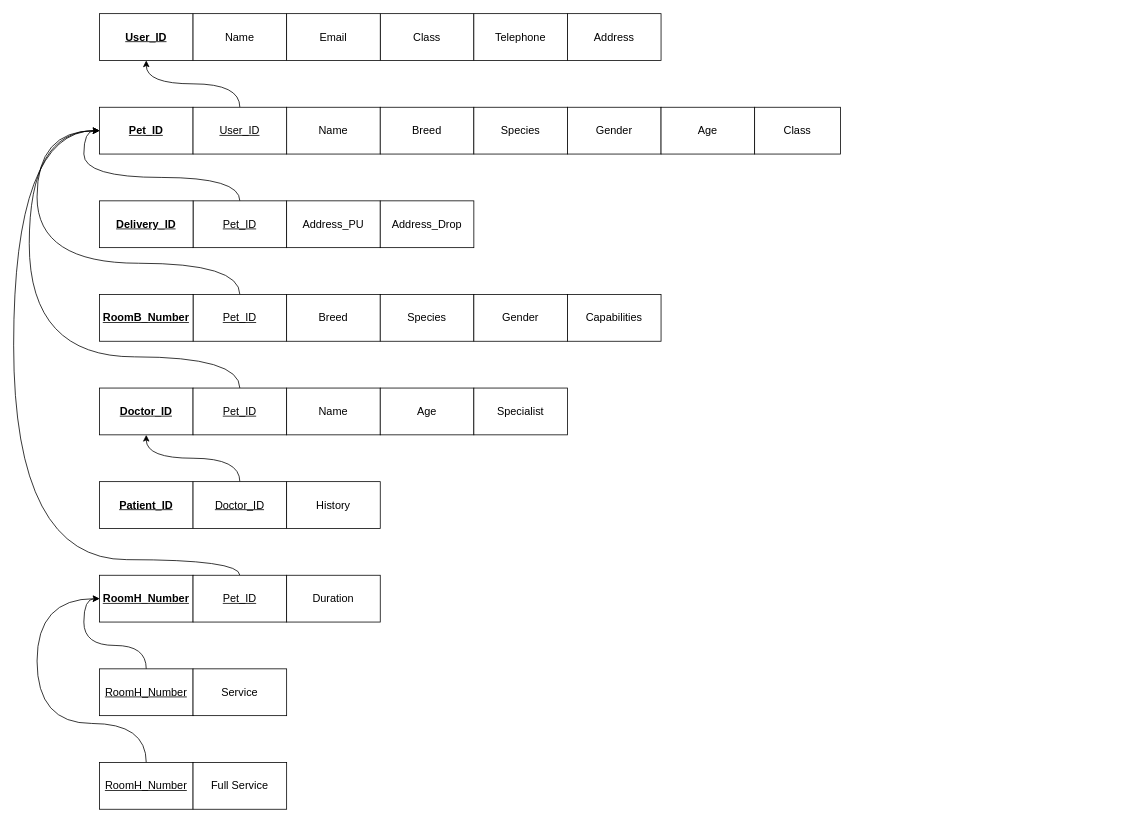
jedifathan/BasdatProject keeps this draw.io diagram as page "Page-2" (2 of 2) of Untitled Diagram.drawio. Above is the earlier version. Source tidied: cells renumbered, new cells numbered last; positions are measured from the earlier drawing's top-left corner, leaving out a move shared by most shapes. Both pictures are drawn from the tidied source at 78%, with x=0, y=0 at pixel (13, 13).
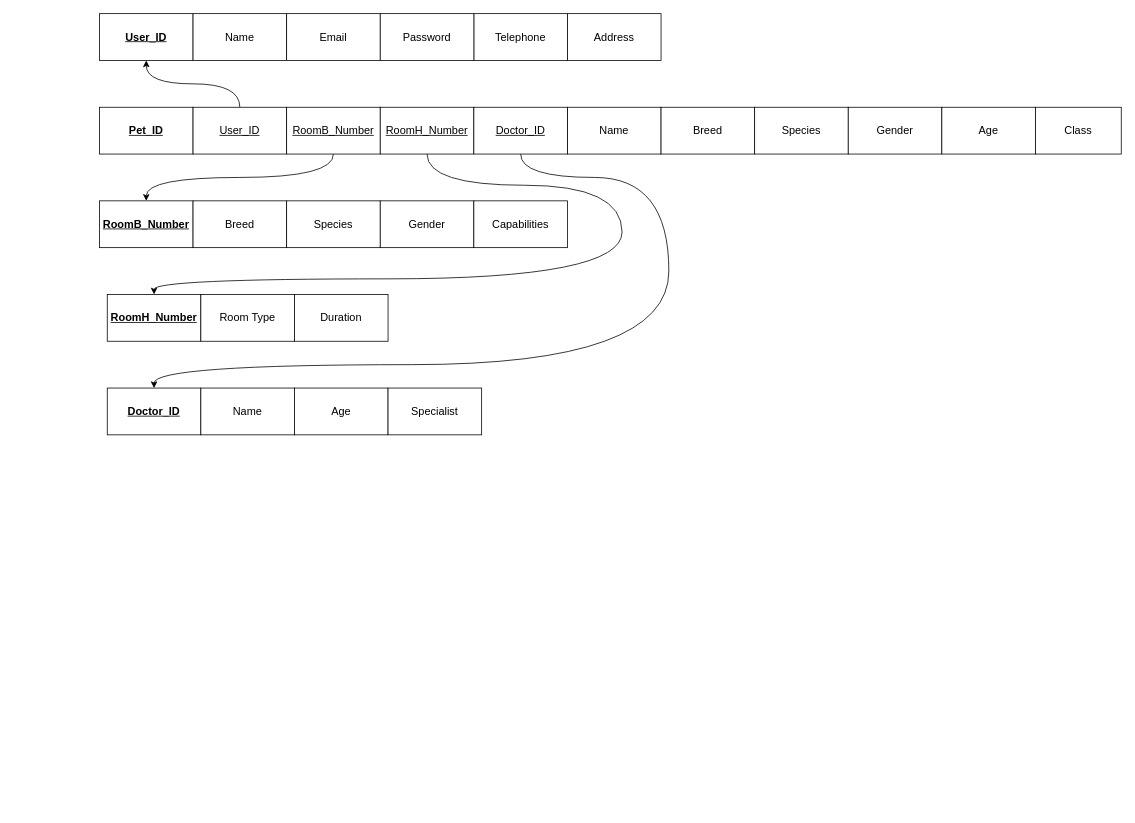
After the change.

The change refers to these unchanged cells:
```xml
<mxCell id="2" value="&lt;u&gt;&lt;b&gt;&lt;font style=&quot;font-size: 14px&quot;&gt;User_ID&lt;/font&gt;&lt;/b&gt;&lt;/u&gt;" style="rounded=0;whiteSpace=wrap;html=1;" parent="1" vertex="1">
  <mxGeometry x="110" width="120" height="60" as="geometry" />
</mxCell>
<mxCell id="8" value="&lt;u&gt;&lt;b&gt;&lt;font style=&quot;font-size: 14px&quot;&gt;Pet_ID&lt;/font&gt;&lt;/b&gt;&lt;/u&gt;" style="rounded=0;whiteSpace=wrap;html=1;" parent="1" vertex="1">
  <mxGeometry x="110" y="120" width="120" height="60" as="geometry" />
</mxCell>
```

The edit, as a diff of the source:
```diff
@@
-    <mxCell id="4" value="&lt;font style=&quot;font-size: 14px&quot;&gt;Class&lt;/font&gt;" style="rounded=0;whiteSpace=wrap;html=1;" parent="1" vertex="1">
-      <mxGeometry x="470" width="120" height="60" as="geometry" />
-    </mxCell>
@@
-    <mxCell id="9" value="&lt;font style=&quot;font-size: 14px&quot;&gt;Name&lt;/font&gt;" style="rounded=0;whiteSpace=wrap;html=1;" parent="1" vertex="1">
-      <mxGeometry x="350" y="120" width="120" height="60" as="geometry" />
-    </mxCell>
-    <mxCell id="10" value="&lt;font style=&quot;font-size: 14px&quot;&gt;Breed&lt;/font&gt;" style="rounded=0;whiteSpace=wrap;html=1;" parent="1" vertex="1">
-      <mxGeometry x="470" y="120" width="120" height="60" as="geometry" />
-    </mxCell>
-    <mxCell id="11" value="&lt;font style=&quot;font-size: 14px&quot;&gt;Species&lt;/font&gt;" style="rounded=0;whiteSpace=wrap;html=1;" parent="1" vertex="1">
-      <mxGeometry x="590" y="120" width="120" height="60" as="geometry" />
-    </mxCell>
-    <mxCell id="12" value="&lt;font style=&quot;font-size: 14px&quot;&gt;Gender&lt;/font&gt;" style="rounded=0;whiteSpace=wrap;html=1;" parent="1" vertex="1">
-      <mxGeometry x="710" y="120" width="120" height="60" as="geometry" />
-    </mxCell>
-    <mxCell id="13" value="&lt;span style=&quot;font-size: 14px&quot;&gt;Age&lt;/span&gt;" style="rounded=0;whiteSpace=wrap;html=1;" parent="1" vertex="1">
-      <mxGeometry x="830" y="120" width="120" height="60" as="geometry" />
-    </mxCell>
-    <mxCell id="14" value="&lt;font style=&quot;font-size: 14px&quot;&gt;Class&lt;/font&gt;" style="rounded=0;whiteSpace=wrap;html=1;" parent="1" vertex="1">
-      <mxGeometry x="950" y="120" width="110" height="60" as="geometry" />
-    </mxCell>
-    <mxCell id="15" style="edgeStyle=orthogonalEdgeStyle;rounded=0;jettySize=auto;html=1;exitX=0.5;exitY=0;exitDx=0;exitDy=0;entryX=0;entryY=0.5;entryDx=0;entryDy=0;curved=1;" parent="1" edge="1" source="16" target="8">
-      <mxGeometry relative="1" as="geometry" />
-    </mxCell>
-    <mxCell id="16" value="&lt;u&gt;&lt;font style=&quot;font-size: 14px&quot;&gt;Pet_ID&lt;/font&gt;&lt;/u&gt;" style="rounded=0;whiteSpace=wrap;html=1;" parent="1" vertex="1">
-      <mxGeometry x="230" y="240" width="120" height="60" as="geometry" />
-    </mxCell>
-    <mxCell id="17" value="&lt;u&gt;&lt;b&gt;&lt;font style=&quot;font-size: 14px&quot;&gt;Delivery_ID&lt;/font&gt;&lt;/b&gt;&lt;/u&gt;" style="rounded=0;whiteSpace=wrap;html=1;" parent="1" vertex="1">
-      <mxGeometry x="110" y="240" width="120" height="60" as="geometry" />
-    </mxCell>
-    <mxCell id="18" value="&lt;font style=&quot;font-size: 14px&quot;&gt;Address_PU&lt;/font&gt;" style="rounded=0;whiteSpace=wrap;html=1;" parent="1" vertex="1">
-      <mxGeometry x="350" y="240" width="120" height="60" as="geometry" />
-    </mxCell>
-    <mxCell id="19" value="&lt;font style=&quot;font-size: 14px&quot;&gt;Address_Drop&lt;/font&gt;" style="rounded=0;whiteSpace=wrap;html=1;" parent="1" vertex="1">
-      <mxGeometry x="470" y="240" width="120" height="60" as="geometry" />
-    </mxCell>
-    <mxCell id="20" style="edgeStyle=orthogonalEdgeStyle;rounded=0;jettySize=auto;html=1;exitX=0.5;exitY=0;exitDx=0;exitDy=0;entryX=0;entryY=0.5;entryDx=0;entryDy=0;curved=1;" parent="1" edge="1" source="21" target="8">
-      <mxGeometry relative="1" as="geometry">
-        <Array as="points">
-          <mxPoint x="290" y="320" />
-          <mxPoint x="30" y="320" />
-          <mxPoint x="30" y="150" />
-        </Array>
-      </mxGeometry>
-    </mxCell>
-    <mxCell id="21" value="&lt;u&gt;&lt;font style=&quot;font-size: 14px&quot;&gt;Pet_ID&lt;/font&gt;&lt;/u&gt;" style="rounded=0;whiteSpace=wrap;html=1;" parent="1" vertex="1">
-      <mxGeometry x="230" y="360" width="120" height="60" as="geometry" />
-    </mxCell>
+    <mxCell id="49" value="&lt;font style=&quot;font-size: 14px&quot;&gt;Name&lt;/font&gt;" style="rounded=0;whiteSpace=wrap;html=1;" parent="1" vertex="1">
+      <mxGeometry x="710" y="120" width="120" height="60" as="geometry" />
+    </mxCell>
+    <mxCell id="50" value="&lt;font style=&quot;font-size: 14px&quot;&gt;Breed&lt;/font&gt;" style="rounded=0;whiteSpace=wrap;html=1;" parent="1" vertex="1">
+      <mxGeometry x="830" y="120" width="120" height="60" as="geometry" />
+    </mxCell>
+    <mxCell id="51" value="&lt;font style=&quot;font-size: 14px&quot;&gt;Species&lt;/font&gt;" style="rounded=0;whiteSpace=wrap;html=1;" parent="1" vertex="1">
+      <mxGeometry x="950" y="120" width="120" height="60" as="geometry" />
+    </mxCell>
+    <mxCell id="52" value="&lt;font style=&quot;font-size: 14px&quot;&gt;Gender&lt;/font&gt;" style="rounded=0;whiteSpace=wrap;html=1;" parent="1" vertex="1">
+      <mxGeometry x="1070" y="120" width="120" height="60" as="geometry" />
+    </mxCell>
+    <mxCell id="53" value="&lt;span style=&quot;font-size: 14px&quot;&gt;Age&lt;/span&gt;" style="rounded=0;whiteSpace=wrap;html=1;" parent="1" vertex="1">
+      <mxGeometry x="1190" y="120" width="120" height="60" as="geometry" />
+    </mxCell>
+    <mxCell id="54" value="&lt;font style=&quot;font-size: 14px&quot;&gt;Class&lt;/font&gt;" style="rounded=0;whiteSpace=wrap;html=1;" parent="1" vertex="1">
+      <mxGeometry x="1310" y="120" width="110" height="60" as="geometry" />
+    </mxCell>
     <mxCell id="22" value="&lt;u&gt;&lt;b&gt;&lt;font style=&quot;font-size: 14px&quot;&gt;RoomB_Number&lt;/font&gt;&lt;/b&gt;&lt;/u&gt;" style="rounded=0;whiteSpace=wrap;html=1;" parent="1" vertex="1">
-      <mxGeometry x="110" y="360" width="120" height="60" as="geometry" />
+      <mxGeometry x="110" y="240" width="120" height="60" as="geometry" />
     </mxCell>
-    <mxCell id="23" value="&lt;font style=&quot;font-size: 14px&quot;&gt;Breed&lt;/font&gt;" style="rounded=0;whiteSpace=wrap;html=1;" parent="1" vertex="1">
-      <mxGeometry x="350" y="360" width="120" height="60" as="geometry" />
-    </mxCell>
-    <mxCell id="24" value="&lt;font style=&quot;font-size: 14px&quot;&gt;Species&lt;/font&gt;" style="rounded=0;whiteSpace=wrap;html=1;" parent="1" vertex="1">
-      <mxGeometry x="470" y="360" width="120" height="60" as="geometry" />
-    </mxCell>
-    <mxCell id="25" value="&lt;font style=&quot;font-size: 14px&quot;&gt;Gender&lt;/font&gt;" style="rounded=0;whiteSpace=wrap;html=1;" parent="1" vertex="1">
-      <mxGeometry x="590" y="360" width="120" height="60" as="geometry" />
-    </mxCell>
+    <mxCell id="55" value="&lt;font style=&quot;font-size: 14px&quot;&gt;Breed&lt;/font&gt;" style="rounded=0;whiteSpace=wrap;html=1;" parent="1" vertex="1">
+      <mxGeometry x="230" y="240" width="120" height="60" as="geometry" />
+    </mxCell>
+    <mxCell id="56" value="&lt;font style=&quot;font-size: 14px&quot;&gt;Species&lt;/font&gt;" style="rounded=0;whiteSpace=wrap;html=1;" parent="1" vertex="1">
+      <mxGeometry x="350" y="240" width="120" height="60" as="geometry" />
+    </mxCell>
+    <mxCell id="57" value="&lt;font style=&quot;font-size: 14px&quot;&gt;Gender&lt;/font&gt;" style="rounded=0;whiteSpace=wrap;html=1;" parent="1" vertex="1">
+      <mxGeometry x="470" y="240" width="120" height="60" as="geometry" />
+    </mxCell>
     <mxCell id="26" value="&lt;font style=&quot;font-size: 14px&quot;&gt;Capabilities&lt;/font&gt;" style="rounded=0;whiteSpace=wrap;html=1;" parent="1" vertex="1">
-      <mxGeometry x="710" y="360" width="120" height="60" as="geometry" />
+      <mxGeometry x="590" y="240" width="120" height="60" as="geometry" />
     </mxCell>
     <mxCell id="27" value="&lt;u&gt;&lt;b&gt;&lt;font style=&quot;font-size: 14px&quot;&gt;Doctor_ID&lt;/font&gt;&lt;/b&gt;&lt;/u&gt;" style="rounded=0;whiteSpace=wrap;html=1;" parent="1" vertex="1">
-      <mxGeometry x="110" y="480" width="120" height="60" as="geometry" />
+      <mxGeometry x="120" y="480" width="120" height="60" as="geometry" />
     </mxCell>
-    <mxCell id="28" style="edgeStyle=orthogonalEdgeStyle;curved=1;rounded=0;jettySize=auto;html=1;exitX=0.5;exitY=0;exitDx=0;exitDy=0;entryX=0;entryY=0.5;entryDx=0;entryDy=0;" parent="1" edge="1" source="29" target="8">
-      <mxGeometry relative="1" as="geometry">
-        <Array as="points">
-          <mxPoint x="290" y="440" />
-          <mxPoint x="20" y="440" />
-          <mxPoint x="20" y="150" />
-        </Array>
-      </mxGeometry>
-    </mxCell>
-    <mxCell id="29" value="&lt;u&gt;&lt;font style=&quot;font-size: 14px&quot;&gt;Pet_ID&lt;/font&gt;&lt;/u&gt;" style="rounded=0;whiteSpace=wrap;html=1;" parent="1" vertex="1">
-      <mxGeometry x="230" y="480" width="120" height="60" as="geometry" />
-    </mxCell>
-    <mxCell id="30" value="&lt;font style=&quot;font-size: 14px&quot;&gt;Name&lt;/font&gt;" style="rounded=0;whiteSpace=wrap;html=1;" parent="1" vertex="1">
-      <mxGeometry x="350" y="480" width="120" height="60" as="geometry" />
-    </mxCell>
-    <mxCell id="31" value="&lt;span style=&quot;font-size: 14px&quot;&gt;Age&lt;/span&gt;" style="rounded=0;whiteSpace=wrap;html=1;" parent="1" vertex="1">
-      <mxGeometry x="470" y="480" width="120" height="60" as="geometry" />
-    </mxCell>
+    <mxCell id="58" value="&lt;font style=&quot;font-size: 14px&quot;&gt;Name&lt;/font&gt;" style="rounded=0;whiteSpace=wrap;html=1;" parent="1" vertex="1">
+      <mxGeometry x="240" y="480" width="120" height="60" as="geometry" />
+    </mxCell>
+    <mxCell id="59" value="&lt;span style=&quot;font-size: 14px&quot;&gt;Age&lt;/span&gt;" style="rounded=0;whiteSpace=wrap;html=1;" parent="1" vertex="1">
+      <mxGeometry x="360" y="480" width="120" height="60" as="geometry" />
+    </mxCell>
     <mxCell id="32" value="&lt;span style=&quot;font-size: 14px&quot;&gt;Specialist&lt;/span&gt;" style="rounded=0;whiteSpace=wrap;html=1;" parent="1" vertex="1">
-      <mxGeometry x="590" y="480" width="120" height="60" as="geometry" />
+      <mxGeometry x="480" y="480" width="120" height="60" as="geometry" />
     </mxCell>
-    <mxCell id="33" value="&lt;u&gt;&lt;b&gt;&lt;font style=&quot;font-size: 14px&quot;&gt;Patient_ID&lt;/font&gt;&lt;/b&gt;&lt;/u&gt;" style="rounded=0;whiteSpace=wrap;html=1;" parent="1" vertex="1">
-      <mxGeometry x="110" y="600" width="120" height="60" as="geometry" />
-    </mxCell>
+    <mxCell id="37" value="&lt;u&gt;&lt;b&gt;&lt;font style=&quot;font-size: 14px&quot;&gt;RoomH_Number&lt;/font&gt;&lt;/b&gt;&lt;/u&gt;" style="rounded=0;whiteSpace=wrap;html=1;" parent="1" vertex="1">
+      <mxGeometry x="120" y="360" width="120" height="60" as="geometry" />
+    </mxCell>
+    <mxCell id="60" value="&lt;font style=&quot;font-size: 14px&quot;&gt;Room Type&lt;/font&gt;" style="rounded=0;whiteSpace=wrap;html=1;" parent="1" vertex="1">
+      <mxGeometry x="240" y="360" width="120" height="60" as="geometry" />
+    </mxCell>
+    <mxCell id="47" style="edgeStyle=orthogonalEdgeStyle;curved=1;rounded=0;jettySize=auto;html=1;exitX=0.5;exitY=0;exitDx=0;exitDy=0;entryX=0.5;entryY=1;entryDx=0;entryDy=0;" parent="1" edge="1" source="48" target="2">
+      <mxGeometry relative="1" as="geometry" />
+    </mxCell>
+    <mxCell id="48" value="&lt;span style=&quot;font-size: 14px&quot;&gt;&lt;u&gt;User_ID&lt;/u&gt;&lt;/span&gt;" style="rounded=0;whiteSpace=wrap;html=1;" parent="1" vertex="1">
+      <mxGeometry x="230" y="120" width="120" height="60" as="geometry" />
+    </mxCell>
+    <mxCell id="61" value="&lt;font style=&quot;font-size: 14px&quot;&gt;Password&lt;/font&gt;" style="rounded=0;whiteSpace=wrap;html=1;" parent="1" vertex="1">
+      <mxGeometry x="470" width="120" height="60" as="geometry" />
+    </mxCell>
+    <mxCell id="40" value="&lt;font style=&quot;font-size: 14px&quot;&gt;Duration&lt;/font&gt;" style="rounded=0;whiteSpace=wrap;html=1;" parent="1" vertex="1">
+      <mxGeometry x="360" y="360" width="120" height="60" as="geometry" />
+    </mxCell>
+    <mxCell id="62" style="edgeStyle=orthogonalEdgeStyle;rounded=0;jettySize=auto;html=1;exitX=0.5;exitY=1;exitDx=0;exitDy=0;entryX=0.5;entryY=0;entryDx=0;entryDy=0;curved=1;" parent="1" edge="1" source="63" target="22">
+      <mxGeometry relative="1" as="geometry" />
+    </mxCell>
+    <mxCell id="63" value="&lt;u&gt;&lt;span&gt;&lt;font style=&quot;font-size: 14px&quot;&gt;RoomB_Number&lt;/font&gt;&lt;/span&gt;&lt;/u&gt;" style="rounded=0;whiteSpace=wrap;html=1;fontStyle=0;" parent="1" vertex="1">
+      <mxGeometry x="350" y="120" width="120" height="60" as="geometry" />
+    </mxCell>
+    <mxCell id="64" style="edgeStyle=orthogonalEdgeStyle;rounded=0;jettySize=auto;html=1;exitX=0.5;exitY=1;exitDx=0;exitDy=0;entryX=0.5;entryY=0;entryDx=0;entryDy=0;curved=1;" parent="1" edge="1" source="65" target="37">
+      <mxGeometry relative="1" as="geometry">
+        <Array as="points">
+          <mxPoint x="530" y="220" />
+          <mxPoint x="780" y="220" />
+          <mxPoint x="780" y="340" />
+          <mxPoint x="180" y="340" />
+        </Array>
+      </mxGeometry>
+    </mxCell>
+    <mxCell id="65" value="&lt;u&gt;&lt;span style=&quot;font-weight: normal&quot;&gt;&lt;font style=&quot;font-size: 14px&quot;&gt;RoomH_Number&lt;/font&gt;&lt;/span&gt;&lt;/u&gt;" style="rounded=0;whiteSpace=wrap;html=1;fontStyle=1;" parent="1" vertex="1">
+      <mxGeometry x="470" y="120" width="120" height="60" as="geometry" />
+    </mxCell>
-    <mxCell id="34" style="edgeStyle=orthogonalEdgeStyle;curved=1;rounded=0;jettySize=auto;html=1;exitX=0.5;exitY=0;exitDx=0;exitDy=0;entryX=0.5;entryY=1;entryDx=0;entryDy=0;" parent="1" edge="1" source="35" target="27">
-      <mxGeometry relative="1" as="geometry" />
+    <mxCell id="34" style="edgeStyle=orthogonalEdgeStyle;curved=1;rounded=0;jettySize=auto;html=1;exitX=0.5;exitY=1;exitDx=0;exitDy=0;entryX=0.5;entryY=0;entryDx=0;entryDy=0;" parent="1" edge="1" source="35" target="27">
+      <mxGeometry relative="1" as="geometry">
+        <Array as="points">
+          <mxPoint x="650" y="210" />
+          <mxPoint x="840" y="210" />
+          <mxPoint x="840" y="450" />
+          <mxPoint x="180" y="450" />
+        </Array>
+      </mxGeometry>
     </mxCell>
     <mxCell id="35" value="&lt;u&gt;&lt;font style=&quot;font-size: 14px&quot;&gt;Doctor_ID&lt;/font&gt;&lt;/u&gt;" style="rounded=0;whiteSpace=wrap;html=1;" parent="1" vertex="1">
-      <mxGeometry x="230" y="600" width="120" height="60" as="geometry" />
+      <mxGeometry x="590" y="120" width="120" height="60" as="geometry" />
     </mxCell>
-    <mxCell id="36" value="&lt;font style=&quot;font-size: 14px&quot;&gt;History&lt;/font&gt;" style="rounded=0;whiteSpace=wrap;html=1;" parent="1" vertex="1">
-      <mxGeometry x="350" y="600" width="120" height="60" as="geometry" />
-    </mxCell>
-    <mxCell id="37" value="&lt;u&gt;&lt;b&gt;&lt;font style=&quot;font-size: 14px&quot;&gt;RoomH_Number&lt;/font&gt;&lt;/b&gt;&lt;/u&gt;" style="rounded=0;whiteSpace=wrap;html=1;" parent="1" vertex="1">
-      <mxGeometry x="110" y="720" width="120" height="60" as="geometry" />
-    </mxCell>
-    <mxCell id="38" style="edgeStyle=orthogonalEdgeStyle;curved=1;rounded=0;jettySize=auto;html=1;exitX=0.5;exitY=0;exitDx=0;exitDy=0;entryX=0;entryY=0.5;entryDx=0;entryDy=0;" parent="1" edge="1" source="39" target="8">
-      <mxGeometry relative="1" as="geometry">
-        <Array as="points">
-          <mxPoint x="290" y="700" />
-          <mxPoint y="700" />
-          <mxPoint y="150" />
-        </Array>
-      </mxGeometry>
-    </mxCell>
-    <mxCell id="39" value="&lt;u&gt;&lt;font style=&quot;font-size: 14px&quot;&gt;Pet_ID&lt;/font&gt;&lt;/u&gt;" style="rounded=0;whiteSpace=wrap;html=1;" parent="1" vertex="1">
-      <mxGeometry x="230" y="720" width="120" height="60" as="geometry" />
-    </mxCell>
-    <mxCell id="40" value="&lt;font style=&quot;font-size: 14px&quot;&gt;Duration&lt;/font&gt;" style="rounded=0;whiteSpace=wrap;html=1;" parent="1" vertex="1">
-      <mxGeometry x="350" y="720" width="120" height="60" as="geometry" />
-    </mxCell>
-    <mxCell id="41" style="edgeStyle=orthogonalEdgeStyle;curved=1;rounded=0;jettySize=auto;html=1;exitX=0.5;exitY=0;exitDx=0;exitDy=0;entryX=0;entryY=0.5;entryDx=0;entryDy=0;" parent="1" edge="1" source="42" target="37">
-      <mxGeometry relative="1" as="geometry" />
-    </mxCell>
-    <mxCell id="42" value="&lt;u&gt;&lt;font style=&quot;font-size: 14px&quot;&gt;RoomH_Number&lt;/font&gt;&lt;/u&gt;" style="rounded=0;whiteSpace=wrap;html=1;" parent="1" vertex="1">
-      <mxGeometry x="110" y="840" width="120" height="60" as="geometry" />
-    </mxCell>
-    <mxCell id="43" value="&lt;font style=&quot;font-size: 14px&quot;&gt;Service&lt;/font&gt;" style="rounded=0;whiteSpace=wrap;html=1;" parent="1" vertex="1">
-      <mxGeometry x="230" y="840" width="120" height="60" as="geometry" />
-    </mxCell>
-    <mxCell id="44" style="edgeStyle=orthogonalEdgeStyle;curved=1;rounded=0;jettySize=auto;html=1;exitX=0.5;exitY=0;exitDx=0;exitDy=0;" parent="1" edge="1" source="45">
-      <mxGeometry relative="1" as="geometry">
-        <mxPoint x="110" y="750" as="targetPoint" />
-        <Array as="points">
-          <mxPoint x="170" y="910" />
-          <mxPoint x="30" y="910" />
-          <mxPoint x="30" y="750" />
-        </Array>
-      </mxGeometry>
-    </mxCell>
-    <mxCell id="45" value="&lt;u&gt;&lt;font style=&quot;font-size: 14px&quot;&gt;RoomH_Number&lt;/font&gt;&lt;/u&gt;" style="rounded=0;whiteSpace=wrap;html=1;" parent="1" vertex="1">
-      <mxGeometry x="110" y="960" width="120" height="60" as="geometry" />
-    </mxCell>
-    <mxCell id="46" value="&lt;font style=&quot;font-size: 14px&quot;&gt;Full Service&lt;/font&gt;" style="rounded=0;whiteSpace=wrap;html=1;" parent="1" vertex="1">
-      <mxGeometry x="230" y="960" width="120" height="60" as="geometry" />
-    </mxCell>
-    <mxCell id="47" style="edgeStyle=orthogonalEdgeStyle;curved=1;rounded=0;jettySize=auto;html=1;exitX=0.5;exitY=0;exitDx=0;exitDy=0;entryX=0.5;entryY=1;entryDx=0;entryDy=0;" parent="1" edge="1" source="48" target="2">
-      <mxGeometry relative="1" as="geometry" />
-    </mxCell>
-    <mxCell id="48" value="&lt;span style=&quot;font-size: 14px&quot;&gt;&lt;u&gt;User_ID&lt;/u&gt;&lt;/span&gt;" style="rounded=0;whiteSpace=wrap;html=1;" parent="1" vertex="1">
-      <mxGeometry x="230" y="120" width="120" height="60" as="geometry" />
-    </mxCell>
```
